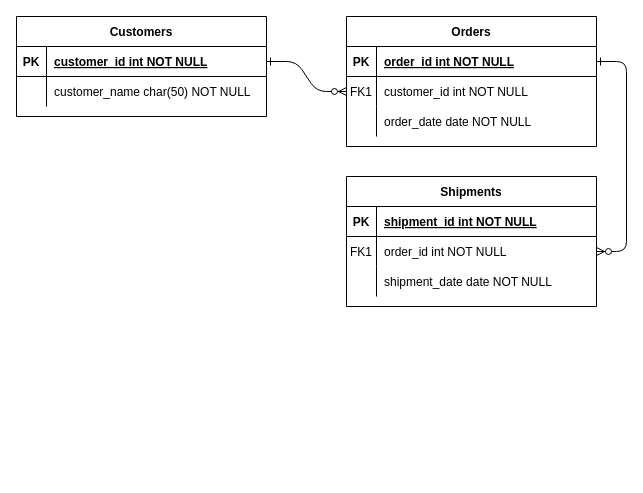
Mona-Cyclope/DrawIOGraphs keeps this draw.io diagram as DIRIF_ENTITY_RELATIONSHIP.drawio. Above is the earlier version. Source tidied: cells renumbered, new cells numbered last; positions are measured from the earlier drawing's top-left corner, leaving out a move shared by most shapes. Both pictures are drawn from the tidied source at 100%, with x=0, y=0 at pixel (16, 16).
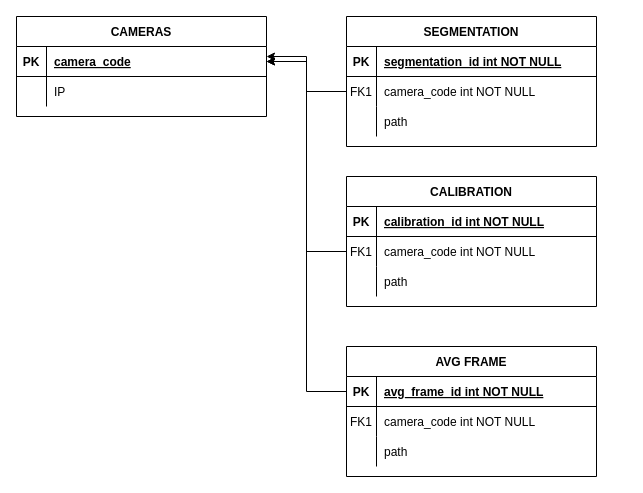
After the change.

Commit message:
Mettre à jour DIRIF_ENTITY_RELATIONSHIP.drawio

Unchanged cells that the change refers to:
```xml
<mxCell id="5" style="shape=partialRectangle;fillColor=none;points=[[0,0.5],[1,0.5]];portConstraint=eastwest;top=0;left=0;right=0;bottom=1;" parent="4" vertex="1">
  <mxGeometry y="30" width="250" height="30" as="geometry" />
</mxCell>
<mxCell id="8" style="shape=partialRectangle;fillColor=none;points=[[0,0.5],[1,0.5]];portConstraint=eastwest;top=0;left=0;right=0;bottom=0;" parent="4" vertex="1">
  <mxGeometry y="60" width="250" height="30" as="geometry" />
</mxCell>
<mxCell id="11" style="shape=partialRectangle;fillColor=none;top=0;left=0;right=0;bottom=0;" parent="4" vertex="1">
  <mxGeometry y="90" width="250" height="30" as="geometry" />
</mxCell>
<mxCell id="15" style="shape=partialRectangle;fillColor=none;top=0;left=0;right=0;bottom=1;" parent="14" vertex="1">
  <mxGeometry y="30" width="250" height="30" as="geometry" />
</mxCell>
<mxCell id="18" style="shape=partialRectangle;fillColor=none;points=[[0,0.5],[1,0.5]];portConstraint=eastwest;top=0;left=0;right=0;bottom=0;" parent="14" vertex="1">
  <mxGeometry y="60" width="250" height="30" as="geometry" />
</mxCell>
<mxCell id="21" style="shape=partialRectangle;fillColor=none;top=0;left=0;right=0;bottom=0;" parent="14" vertex="1">
  <mxGeometry y="90" width="250" height="30" as="geometry" />
</mxCell>
<mxCell id="25" style="shape=partialRectangle;fillColor=none;points=[[0,0.5],[1,0.5]];portConstraint=eastwest;top=0;left=0;right=0;bottom=1;" parent="24" vertex="1">
  <mxGeometry y="30" width="250" height="30" as="geometry" />
</mxCell>
<mxCell id="28" style="shape=partialRectangle;fillColor=none;top=0;left=0;right=0;bottom=0;" parent="24" vertex="1">
  <mxGeometry y="60" width="250" height="30" as="geometry" />
</mxCell>
```

What changed in the source:
```diff
@@
-    <mxCell id="2" style="edgeStyle=entityRelationEdgeStyle;endArrow=ERzeroToMany;startArrow=ERone;endFill=1;startFill=0;" parent="1" edge="1" source="25" target="8">
-      <mxGeometry relative="1" as="geometry" />
-    </mxCell>
-    <mxCell id="3" style="edgeStyle=entityRelationEdgeStyle;endArrow=ERzeroToMany;startArrow=ERone;endFill=1;startFill=0;" parent="1" edge="1" source="5" target="18">
-      <mxGeometry relative="1" as="geometry" />
-    </mxCell>
-    <mxCell id="4" value="Orders" style="shape=table;startSize=30;childLayout=tableLayout;rowLines=0;fontStyle=1;align=center;" parent="1" vertex="1">
+    <mxCell id="4" value="SEGMENTATION" style="shape=table;startSize=30;childLayout=tableLayout;rowLines=0;fontStyle=1;align=center;" parent="1" vertex="1">
       <mxGeometry x="330" width="250" height="130" as="geometry" />
     </mxCell>
@@
-    <mxCell id="7" value="order_id int NOT NULL " style="shape=partialRectangle;overflow=hidden;fillColor=none;top=0;left=0;bottom=0;right=0;align=left;spacingLeft=6;fontStyle=5;" parent="5" vertex="1">
+    <mxCell id="7" value="segmentation_id int NOT NULL " style="shape=partialRectangle;overflow=hidden;fillColor=none;top=0;left=0;bottom=0;right=0;align=left;spacingLeft=6;fontStyle=5;" parent="5" vertex="1">
       <mxGeometry x="30" width="220" height="30" as="geometry" />
     </mxCell>
@@
-    <mxCell id="10" value="customer_id int NOT NULL" style="shape=partialRectangle;overflow=hidden;fillColor=none;top=0;left=0;bottom=0;right=0;align=left;spacingLeft=6;" parent="8" vertex="1">
+    <mxCell id="10" value="camera_code int NOT NULL" style="shape=partialRectangle;overflow=hidden;fillColor=none;top=0;left=0;bottom=0;right=0;align=left;spacingLeft=6;" parent="8" vertex="1">
       <mxGeometry x="30" width="220" height="30" as="geometry" />
     </mxCell>
@@
-    <mxCell id="13" value="order_date date NOT NULL" style="shape=partialRectangle;overflow=hidden;fillColor=none;top=0;left=0;bottom=0;right=0;align=left;spacingLeft=6;" parent="11" vertex="1">
+    <mxCell id="13" value="path" style="shape=partialRectangle;overflow=hidden;fillColor=none;top=0;left=0;bottom=0;right=0;align=left;spacingLeft=6;" parent="11" vertex="1">
       <mxGeometry x="30" width="220" height="30" as="geometry" />
     </mxCell>
-    <mxCell id="14" value="Shipments" style="shape=table;startSize=30;childLayout=tableLayout;rowLines=0;fontStyle=1;align=center;" parent="1" vertex="1">
+    <mxCell id="14" value="CALIBRATION" style="shape=table;startSize=30;childLayout=tableLayout;rowLines=0;fontStyle=1;align=center;" parent="1" vertex="1">
       <mxGeometry x="330" y="160" width="250" height="130" as="geometry" />
     </mxCell>
@@
-    <mxCell id="17" value="shipment_id int NOT NULL " style="shape=partialRectangle;overflow=hidden;fillColor=none;top=0;left=0;bottom=0;right=0;align=left;spacingLeft=6;fontStyle=5;" parent="15" vertex="1">
+    <mxCell id="17" value="calibration_id int NOT NULL " style="shape=partialRectangle;overflow=hidden;fillColor=none;top=0;left=0;bottom=0;right=0;align=left;spacingLeft=6;fontStyle=5;" parent="15" vertex="1">
       <mxGeometry x="30" width="220" height="30" as="geometry" />
     </mxCell>
@@
-    <mxCell id="20" value="order_id int NOT NULL" style="shape=partialRectangle;overflow=hidden;fillColor=none;top=0;left=0;bottom=0;right=0;align=left;spacingLeft=6;" parent="18" vertex="1">
+    <mxCell id="20" value="camera_code int NOT NULL" style="shape=partialRectangle;overflow=hidden;fillColor=none;top=0;left=0;bottom=0;right=0;align=left;spacingLeft=6;" parent="18" vertex="1">
       <mxGeometry x="30" width="220" height="30" as="geometry" />
     </mxCell>
@@
-    <mxCell id="23" value="shipment_date date NOT NULL" style="shape=partialRectangle;overflow=hidden;fillColor=none;top=0;left=0;bottom=0;right=0;align=left;spacingLeft=6;" parent="21" vertex="1">
+    <mxCell id="23" value="path" style="shape=partialRectangle;overflow=hidden;fillColor=none;top=0;left=0;bottom=0;right=0;align=left;spacingLeft=6;" parent="21" vertex="1">
       <mxGeometry x="30" width="220" height="30" as="geometry" />
     </mxCell>
-    <mxCell id="24" value="Customers" style="shape=table;startSize=30;childLayout=tableLayout;rowLines=0;fontStyle=1;align=center;" parent="1" vertex="1">
+    <mxCell id="24" value="CAMERAS" style="shape=table;startSize=30;childLayout=tableLayout;rowLines=0;fontStyle=1;align=center;" parent="1" vertex="1">
       <mxGeometry width="250" height="100" as="geometry" />
     </mxCell>
@@
-    <mxCell id="27" value="customer_id int NOT NULL " style="shape=partialRectangle;overflow=hidden;fillColor=none;top=0;left=0;bottom=0;right=0;align=left;spacingLeft=6;fontStyle=5;" parent="25" vertex="1">
+    <mxCell id="27" value="camera_code" style="shape=partialRectangle;overflow=hidden;fillColor=none;top=0;left=0;bottom=0;right=0;align=left;spacingLeft=6;fontStyle=5;" parent="25" vertex="1">
       <mxGeometry x="30" width="220" height="30" as="geometry" />
     </mxCell>
@@
-    <mxCell id="30" value="customer_name char(50) NOT NULL" style="shape=partialRectangle;overflow=hidden;fillColor=none;top=0;left=0;bottom=0;right=0;align=left;spacingLeft=6;" parent="28" vertex="1">
+    <mxCell id="30" value="IP " style="shape=partialRectangle;overflow=hidden;fillColor=none;top=0;left=0;bottom=0;right=0;align=left;spacingLeft=6;" parent="28" vertex="1">
       <mxGeometry x="30" width="220" height="30" as="geometry" />
     </mxCell>
+    <mxCell id="31" style="edgeStyle=orthogonalEdgeStyle;rounded=0;jettySize=auto;html=1;exitX=0;exitY=0.5;exitDx=0;exitDy=0;entryX=1;entryY=0.5;entryDx=0;entryDy=0;" parent="1" edge="1" source="18" target="25">
+      <mxGeometry relative="1" as="geometry" />
+    </mxCell>
+    <mxCell id="32" style="edgeStyle=orthogonalEdgeStyle;rounded=0;jettySize=auto;html=1;exitX=0;exitY=0.5;exitDx=0;exitDy=0;" parent="1" edge="1" source="8">
+      <mxGeometry relative="1" as="geometry">
+        <mxPoint x="250" y="40" as="targetPoint" />
+        <Array as="points">
+          <mxPoint x="290" y="75" />
+          <mxPoint x="290" y="40" />
+        </Array>
+      </mxGeometry>
+    </mxCell>
+    <mxCell id="33" value="AVG FRAME" style="shape=table;startSize=30;childLayout=tableLayout;rowLines=0;fontStyle=1;align=center;" parent="1" vertex="1">
+      <mxGeometry x="330" y="330" width="250" height="130" as="geometry" />
+    </mxCell>
+    <mxCell id="34" style="shape=partialRectangle;fillColor=none;points=[[0,0.5],[1,0.5]];portConstraint=eastwest;top=0;left=0;right=0;bottom=1;" parent="33" vertex="1">
+      <mxGeometry y="30" width="250" height="30" as="geometry" />
+    </mxCell>
+    <mxCell id="35" value="PK" style="shape=partialRectangle;overflow=hidden;fillColor=none;top=0;left=0;bottom=0;right=0;fontStyle=1;" parent="34" vertex="1">
+      <mxGeometry width="30" height="30" as="geometry" />
+    </mxCell>
+    <mxCell id="36" value="avg_frame_id int NOT NULL " style="shape=partialRectangle;overflow=hidden;fillColor=none;top=0;left=0;bottom=0;right=0;align=left;spacingLeft=6;fontStyle=5;" parent="34" vertex="1">
+      <mxGeometry x="30" width="220" height="30" as="geometry" />
+    </mxCell>
+    <mxCell id="37" style="shape=partialRectangle;fillColor=none;top=0;left=0;right=0;bottom=0;" parent="33" vertex="1">
+      <mxGeometry y="60" width="250" height="30" as="geometry" />
+    </mxCell>
+    <mxCell id="38" value="FK1" style="shape=partialRectangle;overflow=hidden;fillColor=none;top=0;left=0;bottom=0;right=0;" parent="37" vertex="1">
+      <mxGeometry width="30" height="30" as="geometry" />
+    </mxCell>
+    <mxCell id="39" value="camera_code int NOT NULL" style="shape=partialRectangle;overflow=hidden;fillColor=none;top=0;left=0;bottom=0;right=0;align=left;spacingLeft=6;" parent="37" vertex="1">
+      <mxGeometry x="30" width="220" height="30" as="geometry" />
+    </mxCell>
+    <mxCell id="40" style="shape=partialRectangle;fillColor=none;top=0;left=0;right=0;bottom=0;" parent="33" vertex="1">
+      <mxGeometry y="90" width="250" height="30" as="geometry" />
+    </mxCell>
+    <mxCell id="41" style="shape=partialRectangle;overflow=hidden;fillColor=none;top=0;left=0;bottom=0;right=0;" parent="40" vertex="1">
+      <mxGeometry width="30" height="30" as="geometry" />
+    </mxCell>
+    <mxCell id="42" value="path" style="shape=partialRectangle;overflow=hidden;fillColor=none;top=0;left=0;bottom=0;right=0;align=left;spacingLeft=6;" parent="40" vertex="1">
+      <mxGeometry x="30" width="220" height="30" as="geometry" />
+    </mxCell>
+    <mxCell id="43" style="edgeStyle=orthogonalEdgeStyle;rounded=0;jettySize=auto;html=1;exitX=0;exitY=0.5;exitDx=0;exitDy=0;entryX=1;entryY=0.5;entryDx=0;entryDy=0;" parent="1" edge="1" source="34" target="25">
+      <mxGeometry relative="1" as="geometry">
+        <Array as="points">
+          <mxPoint x="290" y="375" />
+          <mxPoint x="290" y="45" />
+        </Array>
+      </mxGeometry>
+    </mxCell>
```
